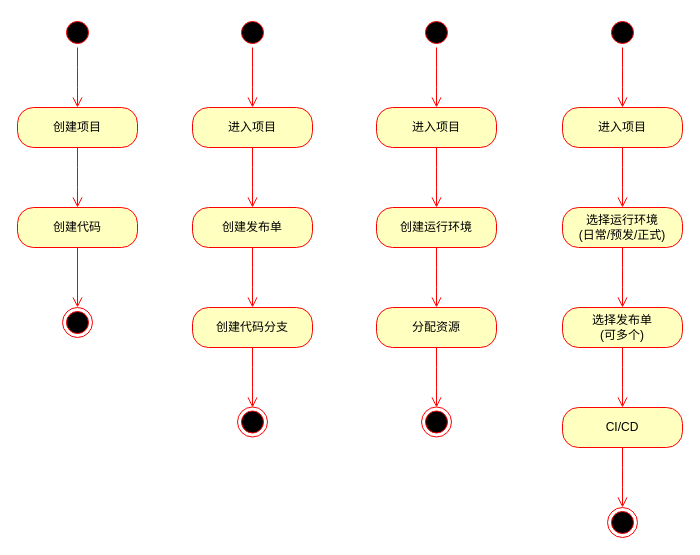
The draw.io diagram oenv.drawio in trey03/draw, before the edit. Source tidied: cells renumbered, new cells numbered last; positions are measured from the earlier drawing's top-left corner, leaving out a move shared by most shapes. Both pictures are drawn from the tidied source at 100%, with x=0, y=0 at pixel (17, 17).
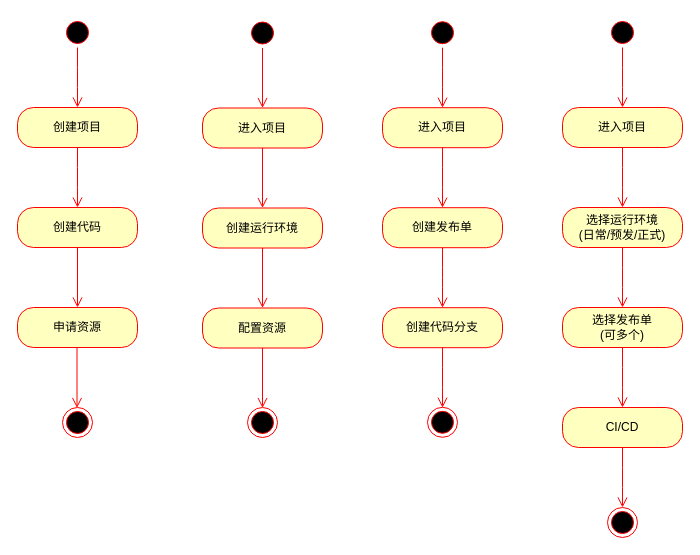
Above is the later version.

Unchanged cells that the change refers to:
```xml
<mxCell id="6" value="创建代码" style="rounded=1;whiteSpace=wrap;html=1;arcSize=40;fontColor=#000000;fillColor=#ffffc0;strokeColor=#ff0000;" parent="1" vertex="1">
  <mxGeometry y="190" width="120" height="40" as="geometry" />
</mxCell>
```

The edit, as a diff of the source:
```diff
@@
-    <mxCell id="7" style="edgeStyle=orthogonalEdgeStyle;html=1;verticalAlign=bottom;endArrow=open;endSize=8;strokeColor=#ff0000;entryX=0.5;entryY=0;entryDx=0;entryDy=0;" parent="1" edge="1" source="6" target="8">
+    <mxCell id="7" style="edgeStyle=orthogonalEdgeStyle;html=1;verticalAlign=bottom;endArrow=open;endSize=8;strokeColor=#ff0000;entryX=0.5;entryY=0;entryDx=0;entryDy=0;" parent="1" edge="1" source="6" target="38">
       <mxGeometry relative="1" as="geometry" />
     </mxCell>
     <mxCell id="8" style="ellipse;html=1;shape=endState;fillColor=#000000;strokeColor=#ff0000;" parent="1" vertex="1">
-      <mxGeometry x="45" y="290" width="30" height="30" as="geometry" />
+      <mxGeometry x="45" y="390" width="30" height="30" as="geometry" />
     </mxCell>
     <mxCell id="9" style="ellipse;html=1;shape=startState;fillColor=#000000;strokeColor=#ff0000;" parent="1" vertex="1">
-      <mxGeometry x="220" width="30" height="30" as="geometry" />
+      <mxGeometry x="410" y="0.2" width="30" height="30" as="geometry" />
     </mxCell>
     <mxCell id="10" style="edgeStyle=orthogonalEdgeStyle;html=1;verticalAlign=bottom;endArrow=open;endSize=8;strokeColor=#ff0000;" parent="1" edge="1" source="9">
       <mxGeometry relative="1" as="geometry">
-        <mxPoint x="235" y="90" as="targetPoint" />
+        <mxPoint x="425" y="90.2" as="targetPoint" />
       </mxGeometry>
     </mxCell>
     <mxCell id="11" value="进入项目" style="rounded=1;whiteSpace=wrap;html=1;arcSize=40;fontColor=#000000;fillColor=#ffffc0;strokeColor=#ff0000;" parent="1" vertex="1">
-      <mxGeometry x="175" y="90" width="120" height="40" as="geometry" />
+      <mxGeometry x="365" y="90.2" width="120" height="40" as="geometry" />
     </mxCell>
     <mxCell id="12" style="edgeStyle=orthogonalEdgeStyle;html=1;verticalAlign=bottom;endArrow=open;endSize=8;strokeColor=#ff0000;" parent="1" edge="1" source="11">
       <mxGeometry relative="1" as="geometry">
-        <mxPoint x="235" y="190" as="targetPoint" />
+        <mxPoint x="425" y="190.2" as="targetPoint" />
       </mxGeometry>
     </mxCell>
     <mxCell id="13" value="创建发布单" style="rounded=1;whiteSpace=wrap;html=1;arcSize=40;fontColor=#000000;fillColor=#ffffc0;strokeColor=#ff0000;" parent="1" vertex="1">
-      <mxGeometry x="175" y="190" width="120" height="40" as="geometry" />
+      <mxGeometry x="365" y="190.2" width="120" height="40" as="geometry" />
     </mxCell>
     <mxCell id="14" style="edgeStyle=orthogonalEdgeStyle;html=1;verticalAlign=bottom;endArrow=open;endSize=8;strokeColor=#ff0000;entryX=0.5;entryY=0;entryDx=0;entryDy=0;" parent="1" edge="1" source="13">
       <mxGeometry relative="1" as="geometry">
-        <mxPoint x="235" y="290" as="targetPoint" />
+        <mxPoint x="425" y="290.2" as="targetPoint" />
       </mxGeometry>
     </mxCell>
     <mxCell id="15" value="创建代码分支" style="rounded=1;whiteSpace=wrap;html=1;arcSize=40;fontColor=#000000;fillColor=#ffffc0;strokeColor=#ff0000;" parent="1" vertex="1">
-      <mxGeometry x="175" y="290" width="120" height="40" as="geometry" />
+      <mxGeometry x="365" y="290.2" width="120" height="40" as="geometry" />
     </mxCell>
     <mxCell id="16" style="edgeStyle=orthogonalEdgeStyle;html=1;verticalAlign=bottom;endArrow=open;endSize=8;strokeColor=#ff0000;" parent="1" edge="1" source="15">
       <mxGeometry relative="1" as="geometry">
-        <mxPoint x="235" y="390" as="targetPoint" />
+        <mxPoint x="425" y="390.2" as="targetPoint" />
       </mxGeometry>
     </mxCell>
     <mxCell id="17" style="ellipse;html=1;shape=endState;fillColor=#000000;strokeColor=#ff0000;" parent="1" vertex="1">
-      <mxGeometry x="220" y="389.5" width="30" height="30" as="geometry" />
+      <mxGeometry x="410" y="389.8" width="30" height="30" as="geometry" />
     </mxCell>
     <mxCell id="18" style="ellipse;html=1;shape=startState;fillColor=#000000;strokeColor=#ff0000;" parent="1" vertex="1">
-      <mxGeometry x="404" width="30" height="30" as="geometry" />
+      <mxGeometry x="230" y="0.5" width="30" height="30" as="geometry" />
     </mxCell>
     <mxCell id="19" style="edgeStyle=orthogonalEdgeStyle;html=1;verticalAlign=bottom;endArrow=open;endSize=8;strokeColor=#ff0000;" parent="1" edge="1" source="18">
       <mxGeometry relative="1" as="geometry">
-        <mxPoint x="419" y="90" as="targetPoint" />
+        <mxPoint x="245" y="90.5" as="targetPoint" />
       </mxGeometry>
     </mxCell>
     <mxCell id="20" value="进入项目" style="rounded=1;whiteSpace=wrap;html=1;arcSize=40;fontColor=#000000;fillColor=#ffffc0;strokeColor=#ff0000;" parent="1" vertex="1">
-      <mxGeometry x="359" y="90" width="120" height="40" as="geometry" />
+      <mxGeometry x="185" y="90.5" width="120" height="40" as="geometry" />
     </mxCell>
     <mxCell id="21" style="edgeStyle=orthogonalEdgeStyle;html=1;verticalAlign=bottom;endArrow=open;endSize=8;strokeColor=#ff0000;" parent="1" edge="1" source="20">
       <mxGeometry relative="1" as="geometry">
-        <mxPoint x="419" y="190" as="targetPoint" />
+        <mxPoint x="245" y="190.5" as="targetPoint" />
       </mxGeometry>
     </mxCell>
     <mxCell id="22" value="创建运行环境" style="rounded=1;whiteSpace=wrap;html=1;arcSize=40;fontColor=#000000;fillColor=#ffffc0;strokeColor=#ff0000;" parent="1" vertex="1">
-      <mxGeometry x="359" y="190" width="120" height="40" as="geometry" />
+      <mxGeometry x="185" y="190.5" width="120" height="40" as="geometry" />
     </mxCell>
     <mxCell id="23" style="edgeStyle=orthogonalEdgeStyle;html=1;verticalAlign=bottom;endArrow=open;endSize=8;strokeColor=#ff0000;entryX=0.5;entryY=0;entryDx=0;entryDy=0;" parent="1" edge="1" source="22">
       <mxGeometry relative="1" as="geometry">
-        <mxPoint x="419" y="290" as="targetPoint" />
+        <mxPoint x="245" y="290.5" as="targetPoint" />
       </mxGeometry>
     </mxCell>
-    <mxCell id="24" value="分配资源" style="rounded=1;whiteSpace=wrap;html=1;arcSize=40;fontColor=#000000;fillColor=#ffffc0;strokeColor=#ff0000;" parent="1" vertex="1">
-      <mxGeometry x="359" y="290" width="120" height="40" as="geometry" />
+    <mxCell id="24" value="配置资源" style="rounded=1;whiteSpace=wrap;html=1;arcSize=40;fontColor=#000000;fillColor=#ffffc0;strokeColor=#ff0000;" parent="1" vertex="1">
+      <mxGeometry x="185" y="290.5" width="120" height="40" as="geometry" />
     </mxCell>
     <mxCell id="25" style="edgeStyle=orthogonalEdgeStyle;html=1;verticalAlign=bottom;endArrow=open;endSize=8;strokeColor=#ff0000;" parent="1" edge="1" source="24">
       <mxGeometry relative="1" as="geometry">
-        <mxPoint x="419" y="390" as="targetPoint" />
+        <mxPoint x="245" y="390.5" as="targetPoint" />
       </mxGeometry>
     </mxCell>
     <mxCell id="26" style="ellipse;html=1;shape=endState;fillColor=#000000;strokeColor=#ff0000;" parent="1" vertex="1">
-      <mxGeometry x="404" y="389.5" width="30" height="30" as="geometry" />
+      <mxGeometry x="230" y="390" width="30" height="30" as="geometry" />
     </mxCell>
@@
+    <mxCell id="38" value="申请资源" style="rounded=1;whiteSpace=wrap;html=1;arcSize=40;fontColor=#000000;fillColor=#ffffc0;strokeColor=#ff0000;" parent="1" vertex="1">
+      <mxGeometry y="290" width="120" height="40" as="geometry" />
+    </mxCell>
+    <mxCell id="39" style="edgeStyle=orthogonalEdgeStyle;html=1;verticalAlign=bottom;endArrow=open;endSize=8;strokeColor=#ff0000;" parent="1" edge="1">
+      <mxGeometry relative="1" as="geometry">
+        <mxPoint x="59.5" y="330.5" as="sourcePoint" />
+        <mxPoint x="59.5" y="390.5" as="targetPoint" />
+      </mxGeometry>
+    </mxCell>
```
